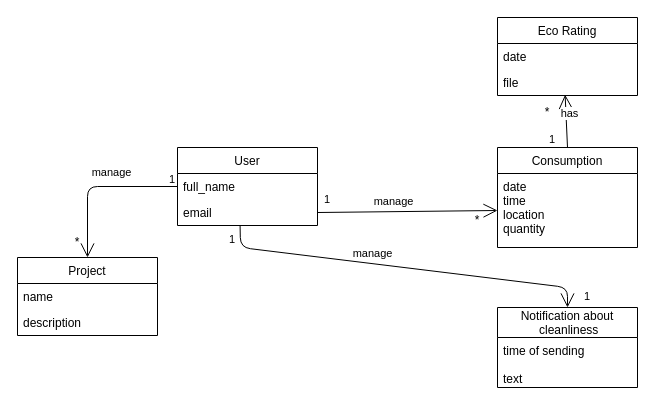
Above: 2-SoftwareDesign/2.1-UMLConceptClasses/UML-ConceptClasses.drawio in oleksandrblazhko/ai-211-martinyuk (draw.io), before the change. Source tidied: cells renumbered, new cells numbered last; positions are measured from the earlier drawing's top-left corner, leaving out a move shared by most shapes. Both pictures are drawn from the tidied source at 100%, with x=0, y=0 at pixel (17, 17).
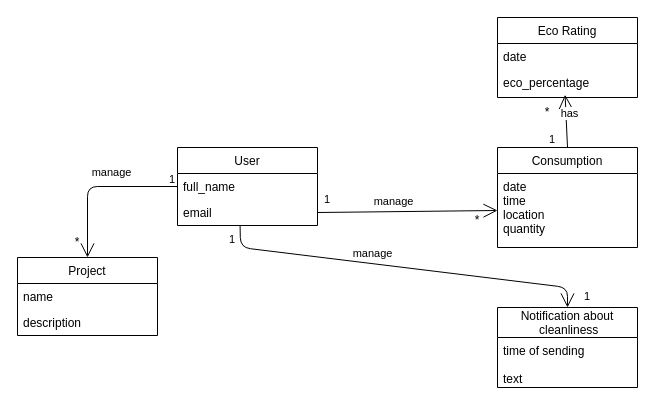
The same page after the edit.

Unchanged cells that the change refers to:
```xml
<mxCell id="5" value="Consumption" style="swimlane;fontStyle=0;horizontal=1;startSize=26;fillColor=none;" parent="1" vertex="1">
  <mxGeometry x="480" y="130" width="140" height="100" as="geometry" />
</mxCell>
```

What changed in the source:
```diff
@@
     <mxCell id="9" value="Eco Rating" style="swimlane;fontStyle=0;horizontal=1;startSize=26;fillColor=none;" parent="1" vertex="1">
-      <mxGeometry x="480" width="140" height="78" as="geometry" />
+      <mxGeometry x="480" width="140" height="80" as="geometry" />
     </mxCell>
     <mxCell id="10" value="date" style="text;strokeColor=none;fillColor=none;align=left;verticalAlign=top;spacingLeft=4;spacingRight=4;overflow=hidden;" parent="9" vertex="1">
-      <mxGeometry y="26" width="140" height="26" as="geometry" />
+      <mxGeometry y="26" width="140" height="54" as="geometry" />
     </mxCell>
-    <mxCell id="11" value="file" style="text;strokeColor=none;fillColor=none;align=left;verticalAlign=top;spacingLeft=4;spacingRight=4;overflow=hidden;points=[[0,0.5],[1,0.5]];portConstraint=eastwest;" parent="9" vertex="1">
-      <mxGeometry y="52" width="140" height="26" as="geometry" />
-    </mxCell>
@@
-    <mxCell id="20" style="endArrow=none;html=1;startSize=12;startArrow=open;startFill=0;entryX=0.5;entryY=0;entryDx=0;entryDy=0;exitX=0.483;exitY=0.969;exitDx=0;exitDy=0;exitPerimeter=0;" parent="1" edge="1" source="11" target="5">
-      <mxGeometry relative="1" as="geometry" />
+    <mxCell id="20" style="endArrow=none;html=1;startSize=12;startArrow=open;startFill=0;entryX=0.5;entryY=0;entryDx=0;entryDy=0;exitX=0.483;exitY=0.969;exitDx=0;exitDy=0;exitPerimeter=0;" parent="1" edge="1" target="5">
+      <mxGeometry relative="1" as="geometry">
+        <mxPoint x="547.6" y="77.2" as="sourcePoint" />
+      </mxGeometry>
     </mxCell>
@@
+    <mxCell id="31" value="eco_percentage" style="text;strokeColor=none;fillColor=none;align=left;verticalAlign=top;spacingLeft=4;spacingRight=4;overflow=hidden;" parent="1" vertex="1">
+      <mxGeometry x="480" y="52" width="140" height="26" as="geometry" />
+    </mxCell>
```
